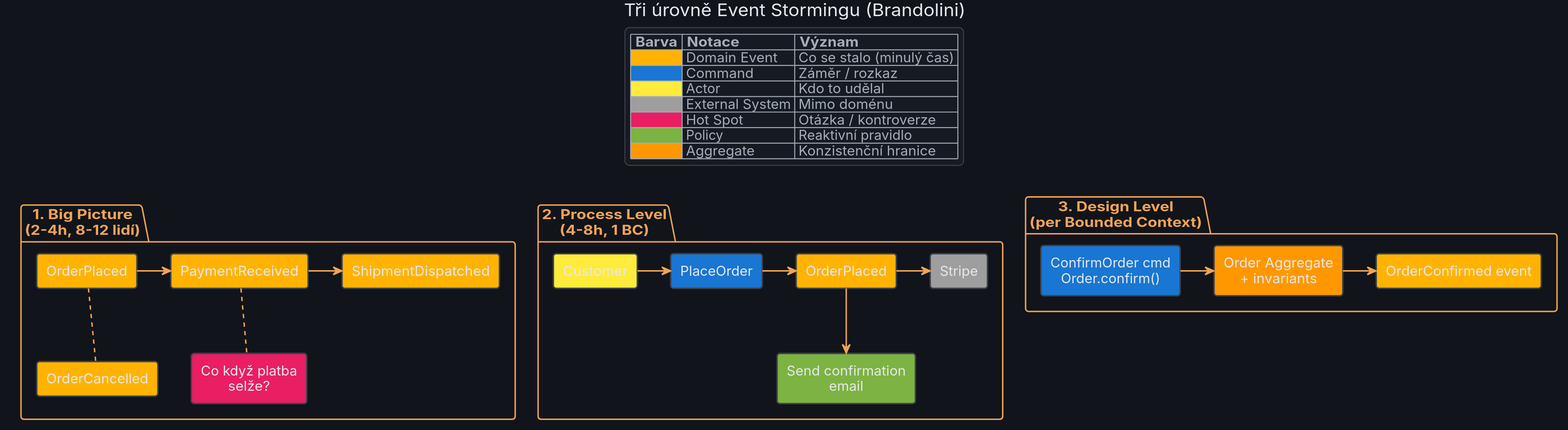
The PlantUML diagram templates/diagrams/17_event_storming/big_picture_levels.svg in MichalKatuscak/ddd-v-symfony, before a commit. The source it was exported from:
```plantuml
@startuml
skinparam dpi 150
skinparam backgroundColor #11141A
skinparam shadowing false
skinparam roundCorner 6

skinparam defaultFontName "DejaVu Sans"
skinparam defaultFontSize 14
skinparam defaultFontColor #E6E8EC
skinparam defaultTextAlignment center


skinparam ArrowColor #F0A456
skinparam ArrowFontColor #E6E8EC
skinparam ArrowThickness 1.5

skinparam node {
  BackgroundColor #161A22
  BorderColor #3D424E
  FontColor #E6E8EC
}

skinparam component {
  BackgroundColor #161A22
  BorderColor #3D424E
  FontColor #E6E8EC
}

skinparam rectangle {
  BackgroundColor #161A22
  BorderColor #3D424E
  FontColor #E6E8EC
}

skinparam package {
  BackgroundColor #11141A
  BorderColor #F0A456
  FontColor #F0A456
}

skinparam folder {
  BackgroundColor #161A22
  BorderColor #3D424E
  FontColor #E6E8EC
}

skinparam frame {
  BackgroundColor #161A22
  BorderColor #3D424E
  FontColor #E6E8EC
}

skinparam database {
  BackgroundColor #1B202A
  BorderColor #3D424E
  FontColor #E6E8EC
}

skinparam queue {
  BackgroundColor #1B202A
  BorderColor #3D424E
  FontColor #E6E8EC
}

skinparam cloud {
  BackgroundColor #1B202A
  BorderColor #3D424E
  FontColor #E6E8EC
}

skinparam actor {
  BackgroundColor #161A22
  BorderColor #F0A456
  FontColor #E6E8EC
}

skinparam usecase {
  BackgroundColor #161A22
  BorderColor #3D424E
  FontColor #E6E8EC
}

skinparam class {
  BackgroundColor #161A22
  BorderColor #3D424E
  HeaderBackgroundColor #1B202A
  ArrowColor #F0A456
  FontColor #E6E8EC
  AttributeFontColor #A6ADBB
  StereotypeFontColor #F0A456
}

skinparam object {
  BackgroundColor #161A22
  BorderColor #3D424E
  FontColor #E6E8EC
}

skinparam sequence {
  ParticipantBackgroundColor #161A22
  ParticipantBorderColor #3D424E
  ParticipantFontColor #E6E8EC
  ActorBackgroundColor #161A22
  ActorBorderColor #F0A456
  ActorFontColor #E6E8EC
  LifeLineBorderColor #3D424E
  LifeLineBackgroundColor #1B202A
  ArrowColor #F0A456
  ArrowFontColor #E6E8EC
  GroupBackgroundColor #1B202A
  GroupBorderColor #3D424E
  GroupFontColor #A6ADBB
  GroupHeaderFontColor #F0A456
  BoxBackgroundColor #11141A
  BoxBorderColor #F0A456
  BoxFontColor #F0A456
  DividerBackgroundColor #1B202A
  DividerBorderColor #3D424E
  DividerFontColor #A6ADBB
  ReferenceBackgroundColor #161A22
  ReferenceBorderColor #3D424E
  ReferenceFontColor #E6E8EC
  ReferenceHeaderBackgroundColor #1B202A
  StereotypeFontColor #F0A456
}

skinparam state {
  BackgroundColor #161A22
  BorderColor #3D424E
  FontColor #E6E8EC
  StartColor #F0A456
  EndColor #F0A456
  ArrowColor #F0A456
  AttributeFontColor #A6ADBB
}

skinparam activity {
  BackgroundColor #161A22
  BorderColor #3D424E
  FontColor #E6E8EC
  ArrowColor #F0A456
  StartColor #F0A456
  EndColor #F0A456
  BarColor #F0A456
  DiamondBackgroundColor #1B202A
  DiamondBorderColor #3D424E
  DiamondFontColor #E6E8EC
}

skinparam note {
  BackgroundColor #1B202A
  BorderColor #3D424E
  FontColor #A6ADBB
}

skinparam title {
  FontColor #E6E8EC
  FontSize 18
}

skinparam legend {
  BackgroundColor #161A22
  BorderColor #3D424E
  FontColor #A6ADBB
}

skinparam caption {
  FontColor #A6ADBB
}

skinparam stereotype {
  CBackgroundColor #1B202A
  CBorderColor #F0A456
  ABackgroundColor #1B202A
  ABorderColor #F0A456
  IBackgroundColor #1B202A
  IBorderColor #F0A456
  EBackgroundColor #1B202A
  EBorderColor #F0A456
}

title Tři úrovně Event Stormingu (Brandolini)

legend top
  | Barva | Notace | Význam |
  |<#FFB300>| Domain Event | Co se stalo (minulý čas) |
  |<#1976D2>| Command | Záměr / rozkaz |
  |<#FFEB3B>| Actor | Kdo to udělal |
  |<#9E9E9E>| External System | Mimo doménu |
  |<#E91E63>| Hot Spot | Otázka / kontroverze |
  |<#7CB342>| Policy | Reaktivní pravidlo |
  |<#FF9800>| Aggregate | Konzistenční hranice |
endlegend

package "1. Big Picture\n(2-4h, 8-12 lidí)" {
    rectangle "OrderPlaced" as e1 #FFB300
    rectangle "PaymentReceived" as e2 #FFB300
    rectangle "ShipmentDispatched" as e3 #FFB300
    rectangle "OrderCancelled" as e4 #FFB300
    rectangle "Co když platba\nselže?" as h1 #E91E63
    e1 -right-> e2
    e2 -right-> e3
    e2 .down. h1
    e1 .down. e4
}

package "2. Process Level\n(4-8h, 1 BC)" {
    rectangle "Customer" as a1 #FFEB3B
    rectangle "PlaceOrder" as c1 #1976D2
    rectangle "OrderPlaced" as e5 #FFB300
    rectangle "Send confirmation\nemail" as p1 #7CB342
    rectangle "Stripe" as ext1 #9E9E9E
    a1 -right-> c1
    c1 -right-> e5
    e5 -down-> p1
    e5 -right-> ext1
}

package "3. Design Level\n(per Bounded Context)" {
    rectangle "Order Aggregate\n+ invariants" as ag1 #FF9800
    rectangle "ConfirmOrder cmd\nOrder.confirm()" as cmd1 #1976D2
    rectangle "OrderConfirmed event" as e6 #FFB300
    cmd1 -right-> ag1
    ag1 -right-> e6
}

@enduml
```
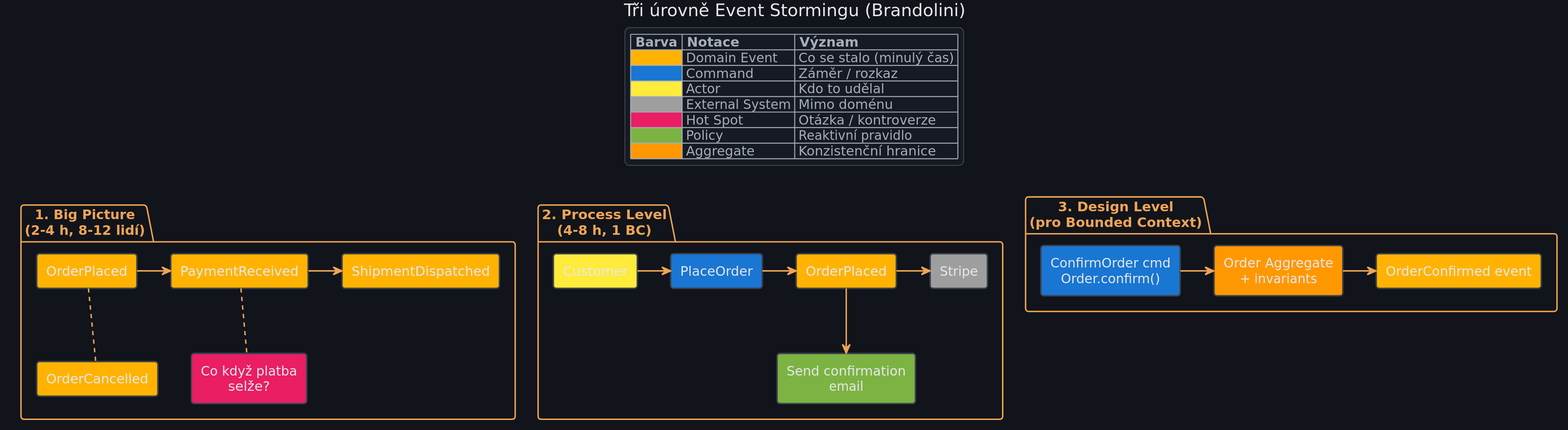
The same diagram one commit later.

The edit, as a diff of the source:
```diff
@@ -192,7 +192,7 @@
   |<#FF9800>| Aggregate | Konzistenční hranice |
 endlegend
 
-package "1. Big Picture\n(2-4h, 8-12 lidí)" {
+package "1. Big Picture\n(2-4 h, 8-12 lidí)" {
     rectangle "OrderPlaced" as e1 #FFB300
     rectangle "PaymentReceived" as e2 #FFB300
     rectangle "ShipmentDispatched" as e3 #FFB300
@@ -204,7 +204,7 @@
     e1 .down. e4
 }
 
-package "2. Process Level\n(4-8h, 1 BC)" {
+package "2. Process Level\n(4-8 h, 1 BC)" {
     rectangle "Customer" as a1 #FFEB3B
     rectangle "PlaceOrder" as c1 #1976D2
     rectangle "OrderPlaced" as e5 #FFB300
@@ -216,7 +216,7 @@
     e5 -right-> ext1
 }
 
-package "3. Design Level\n(per Bounded Context)" {
+package "3. Design Level\n(pro Bounded Context)" {
     rectangle "Order Aggregate\n+ invariants" as ag1 #FF9800
     rectangle "ConfirmOrder cmd\nOrder.confirm()" as cmd1 #1976D2
     rectangle "OrderConfirmed event" as e6 #FFB300
```
